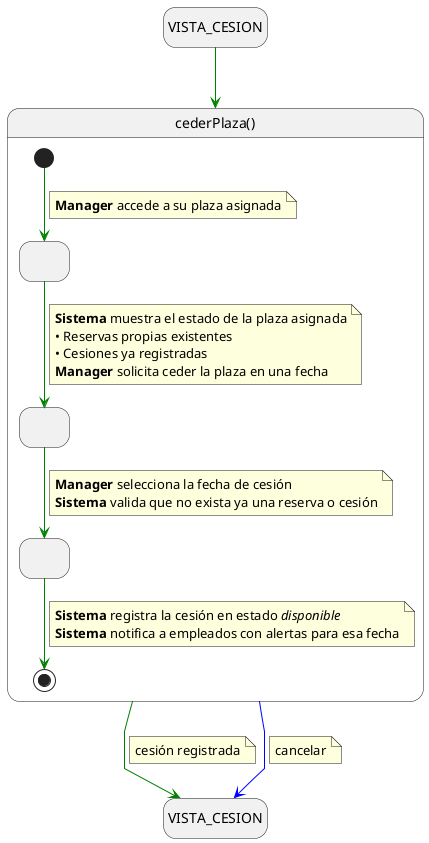
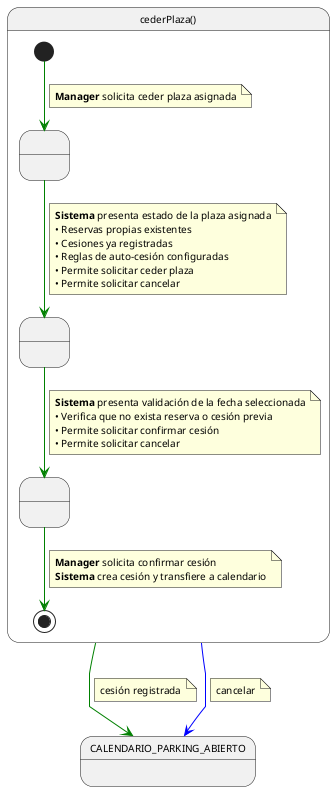
@startuml cuCederPlaza

skinparam linetype polyline
- hide empty description
- 
- state "VISTA_CESION" as VistaCesionInicio
- state "VISTA_CESION" as VistaCesionFin
- 
- VistaCesionInicio -[#green]-> cederPlaza
+ skinparam defaultFontName Arial
+ skinparam defaultFontSize 10

state cederPlaza as "cederPlaza()" {
-   state " " as VisualizandoPlaza
-   state " " as SeleccionandoFecha
+   state " " as SolicitandoCesion
+   state " " as ProporcionandoFecha
  state " " as CesionRegistrada

-   [*] -[#green]-> VisualizandoPlaza
+   [*] -[#green]-> SolicitandoCesion
  note on link
-     <b>Manager</b> accede a su plaza asignada
+     <b>Manager</b> solicita ceder plaza asignada
  end note

-   VisualizandoPlaza -[#green]-> SeleccionandoFecha
+   SolicitandoCesion -[#green]-> ProporcionandoFecha
  note on link
-     <b>Sistema</b> muestra el estado de la plaza asignada
+     <b>Sistema</b> presenta estado de la plaza asignada
    • Reservas propias existentes
    • Cesiones ya registradas
-     <b>Manager</b> solicita ceder la plaza en una fecha
+     • Reglas de auto-cesión configuradas
+     • Permite solicitar ceder plaza
+     • Permite solicitar cancelar
  end note

-   SeleccionandoFecha -[#green]-> CesionRegistrada
+   ProporcionandoFecha -[#green]-> CesionRegistrada
  note on link
-     <b>Manager</b> selecciona la fecha de cesión
-     <b>Sistema</b> valida que no exista ya una reserva o cesión
+     <b>Sistema</b> presenta validación de la fecha seleccionada
+     • Verifica que no exista reserva o cesión previa
+     • Permite solicitar confirmar cesión
+     • Permite solicitar cancelar
  end note

  CesionRegistrada -[#green]-> [*]
  note on link
-     <b>Sistema</b> registra la cesión en estado //disponible//
-     <b>Sistema</b> notifica a empleados con alertas para esa fecha
+     <b>Manager</b> solicita confirmar cesión
+     <b>Sistema</b> crea cesión y transfiere a calendario
  end note
}

- cederPlaza -[#green]-> VistaCesionFin
+ cederPlaza -[#green]-> CALENDARIO_PARKING_ABIERTO
note on link
  cesión registrada
end note

- cederPlaza -[#blue]-> VistaCesionFin
+ cederPlaza -[#blue]-> CALENDARIO_PARKING_ABIERTO
note on link
  cancelar
end note

@enduml
